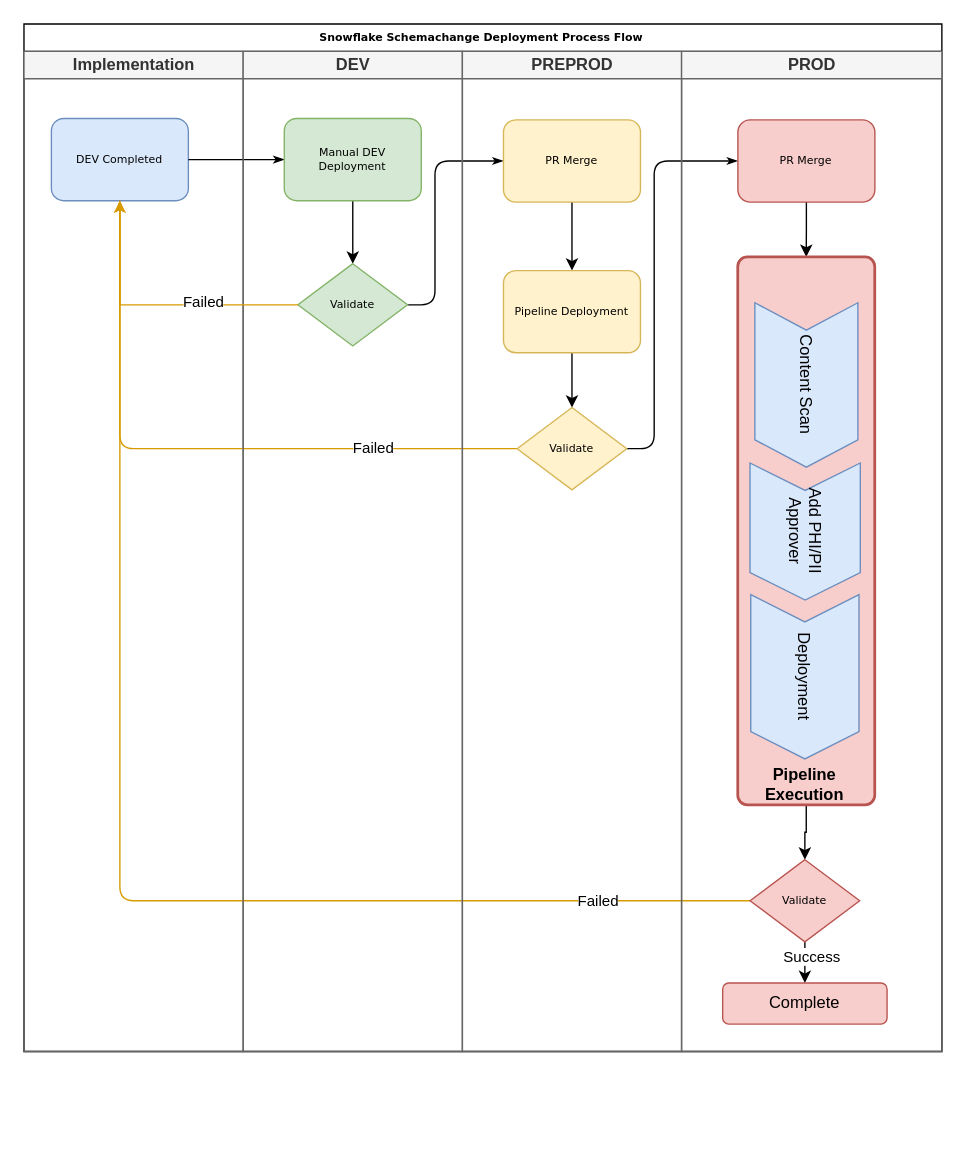
jijeeshme/diagrams keeps this draw.io diagram as Untitled Diagram.drawio. Above is the earlier version. Source tidied: cells renumbered, new cells numbered last; positions are measured from the earlier drawing's top-left corner, leaving out a move shared by most shapes. Both pictures are drawn from the tidied source at 137%, with x=0, y=0 at pixel (23, 23).
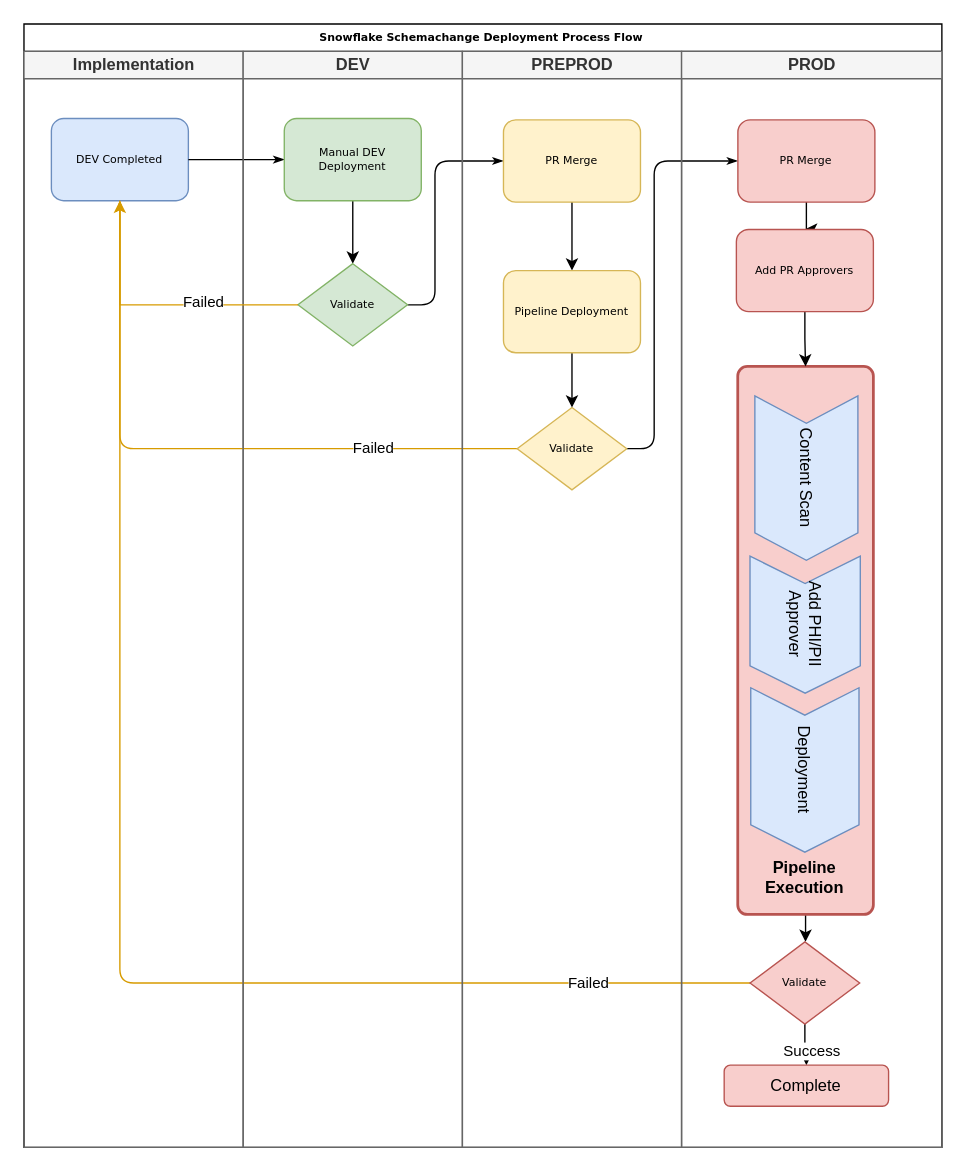
The same diagram, later.

The change refers to these unchanged cells:
```xml
<mxCell id="24" value="PR Merge" style="rounded=1;whiteSpace=wrap;html=1;shadow=0;labelBackgroundColor=none;strokeWidth=1;fontFamily=Verdana;fontSize=8;align=center;fillColor=#f8cecc;strokeColor=#b85450;" parent="22" vertex="1">
  <mxGeometry x="41.1" y="50" width="100" height="60" as="geometry" />
</mxCell>
```

What changed in the source:
```diff
@@
     <mxCell id="2" value="Snowflake Schemachange Deployment Process Flow&amp;nbsp;" style="swimlane;html=1;startSize=20;rounded=0;shadow=0;labelBackgroundColor=none;strokeWidth=1;fontFamily=Verdana;fontSize=8;align=center;" parent="1" vertex="1">
-      <mxGeometry width="670" height="750" as="geometry" />
+      <mxGeometry width="670" height="820" as="geometry" />
     </mxCell>
     <mxCell id="3" value="Implementation" style="swimlane;html=1;startSize=20;fillColor=#f5f5f5;fontColor=#333333;strokeColor=#666666;" parent="2" vertex="1">
-      <mxGeometry y="20" width="160" height="730" as="geometry" />
+      <mxGeometry y="20" width="160" height="800" as="geometry" />
     </mxCell>
@@
     <mxCell id="12" value="DEV" style="swimlane;html=1;startSize=20;fillColor=#f5f5f5;fontColor=#333333;strokeColor=#666666;" parent="2" vertex="1">
-      <mxGeometry x="160" y="20" width="160" height="730" as="geometry" />
+      <mxGeometry x="160" y="20" width="160" height="800" as="geometry" />
     </mxCell>
@@
     <mxCell id="16" value="PREPROD" style="swimlane;html=1;startSize=20;fillColor=#f5f5f5;fontColor=#333333;strokeColor=#666666;" parent="2" vertex="1">
-      <mxGeometry x="320" y="20" width="160" height="730" as="geometry" />
+      <mxGeometry x="320" y="20" width="160" height="800" as="geometry" />
     </mxCell>
@@
     <mxCell id="22" value="PROD" style="swimlane;html=1;startSize=20;fillColor=#f5f5f5;fontColor=#333333;strokeColor=#666666;" parent="2" vertex="1">
-      <mxGeometry x="480" y="20" width="190" height="730" as="geometry" />
+      <mxGeometry x="480" y="20" width="190" height="800" as="geometry" />
     </mxCell>
-    <mxCell id="23" style="edgeStyle=orthogonalEdgeStyle;rounded=0;jettySize=auto;html=1;exitX=0.5;exitY=1;exitDx=0;exitDy=0;entryX=0.5;entryY=0;entryDx=0;entryDy=0;" parent="22" edge="1" source="24" target="26">
-      <mxGeometry relative="1" as="geometry" />
-    </mxCell>
+    <mxCell id="37" style="edgeStyle=orthogonalEdgeStyle;rounded=0;jettySize=auto;html=1;exitX=0.5;exitY=1;exitDx=0;exitDy=0;" parent="22" edge="1" source="24" target="39">
+      <mxGeometry relative="1" as="geometry" />
+    </mxCell>
@@
     <mxCell id="26" style="rounded=1;whiteSpace=wrap;html=1;absoluteArcSize=1;arcSize=14;strokeWidth=2;fillColor=#f8cecc;strokeColor=#b85450;" parent="22" vertex="1">
-      <mxGeometry x="41" y="150" width="100" height="400" as="geometry" />
+      <mxGeometry x="41" y="230" width="99" height="400" as="geometry" />
     </mxCell>
     <mxCell id="27" value="Add PHI/PII Approver" style="shape=step;perimeter=stepPerimeter;fixedSize=1;whiteSpace=wrap;html=1;rotation=90;fillColor=#dae8fc;strokeColor=#6c8ebf;" parent="22" vertex="1">
-      <mxGeometry x="40.2" y="310.2" width="100" height="80.5" as="geometry" />
+      <mxGeometry x="40.2" y="378.2" width="100" height="80.5" as="geometry" />
     </mxCell>
     <mxCell id="28" value="Content Scan" style="shape=step;perimeter=stepPerimeter;fixedSize=1;whiteSpace=wrap;html=1;rotation=90;fillColor=#dae8fc;strokeColor=#6c8ebf;" parent="22" vertex="1">
-      <mxGeometry x="31.1" y="205.9" width="120" height="75.2" as="geometry" />
+      <mxGeometry x="31.1" y="273.9" width="120" height="75.2" as="geometry" />
     </mxCell>
     <mxCell id="29" value="Deployment" style="shape=step;perimeter=stepPerimeter;fixedSize=1;whiteSpace=wrap;html=1;rotation=90;fillColor=#dae8fc;strokeColor=#6c8ebf;" parent="22" vertex="1">
-      <mxGeometry x="30" y="417" width="120" height="79" as="geometry" />
+      <mxGeometry x="30" y="485" width="120" height="79" as="geometry" />
     </mxCell>
     <mxCell id="30" value="&lt;b&gt;Pipeline Execution&lt;/b&gt;" style="text;html=1;align=center;verticalAlign=middle;whiteSpace=wrap;rounded=0;" parent="22" vertex="1">
-      <mxGeometry x="60" y="520" width="60" height="30" as="geometry" />
+      <mxGeometry x="60" y="588" width="60" height="30" as="geometry" />
     </mxCell>
@@
     <mxCell id="33" value="Validate" style="rhombus;whiteSpace=wrap;html=1;rounded=0;shadow=0;labelBackgroundColor=none;strokeWidth=1;fontFamily=Verdana;fontSize=8;align=center;fillColor=#f8cecc;strokeColor=#b85450;" parent="22" vertex="1">
-      <mxGeometry x="50" y="590" width="80" height="60" as="geometry" />
+      <mxGeometry x="50" y="650" width="80" height="60" as="geometry" />
     </mxCell>
     <mxCell id="34" value="Complete" style="rounded=1;whiteSpace=wrap;html=1;fillColor=#f8cecc;strokeColor=#b85450;" parent="22" vertex="1">
-      <mxGeometry x="30" y="680" width="120" height="30" as="geometry" />
+      <mxGeometry x="31.1" y="740" width="120" height="30" as="geometry" />
     </mxCell>
+    <mxCell id="38" style="edgeStyle=orthogonalEdgeStyle;rounded=0;jettySize=auto;html=1;exitX=0.5;exitY=1;exitDx=0;exitDy=0;entryX=0.5;entryY=0;entryDx=0;entryDy=0;" parent="22" edge="1" source="39" target="26">
+      <mxGeometry relative="1" as="geometry" />
+    </mxCell>
+    <mxCell id="39" value="Add PR Approvers" style="rounded=1;whiteSpace=wrap;html=1;shadow=0;labelBackgroundColor=none;strokeWidth=1;fontFamily=Verdana;fontSize=8;align=center;fillColor=#f8cecc;strokeColor=#b85450;" parent="22" vertex="1">
+      <mxGeometry x="40" y="130" width="100" height="60" as="geometry" />
+    </mxCell>
```
